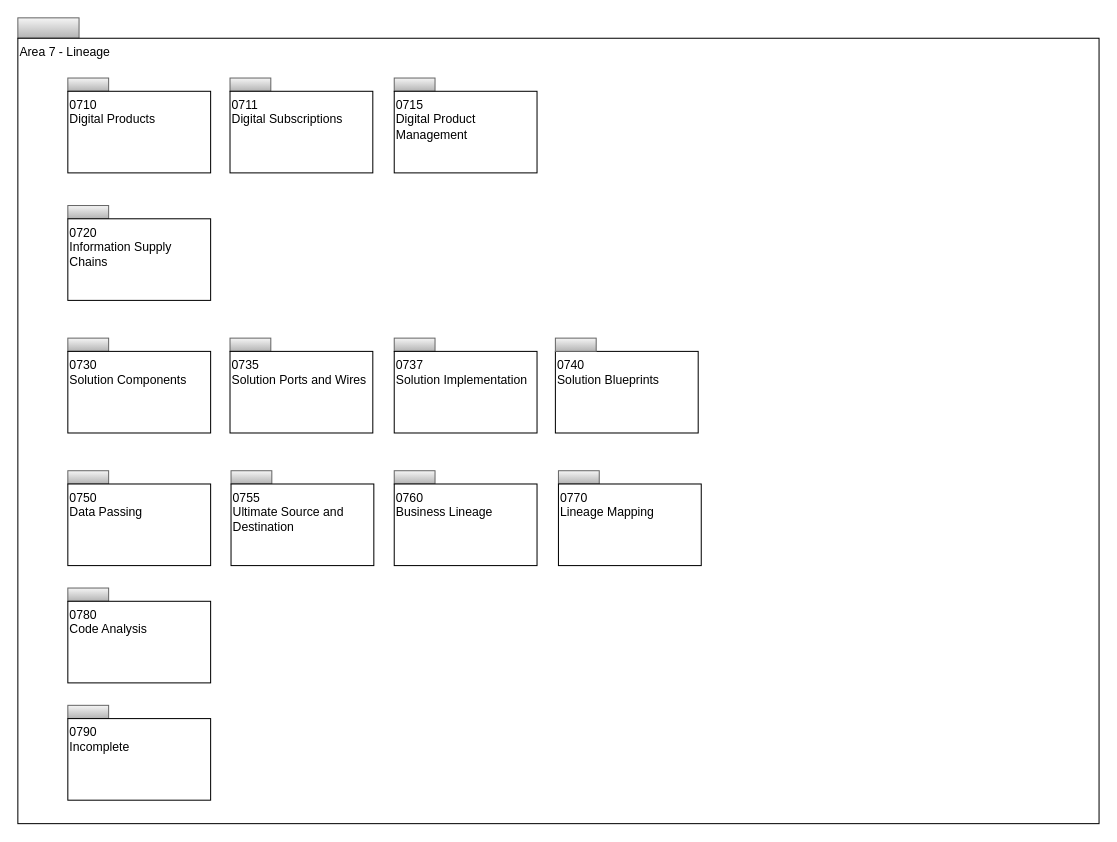
This is page "Overview" (1 of 17) of site/docs/types/7/area-7-lineage.drawio from odpi/egeria-docs, a draw.io file, before an edit. Source tidied: cells renumbered, new cells numbered last; positions are measured from the earlier drawing's top-left corner, leaving out a move shared by most shapes. Both pictures are drawn from the tidied source at 102%, with x=0, y=0 at pixel (17, 17).
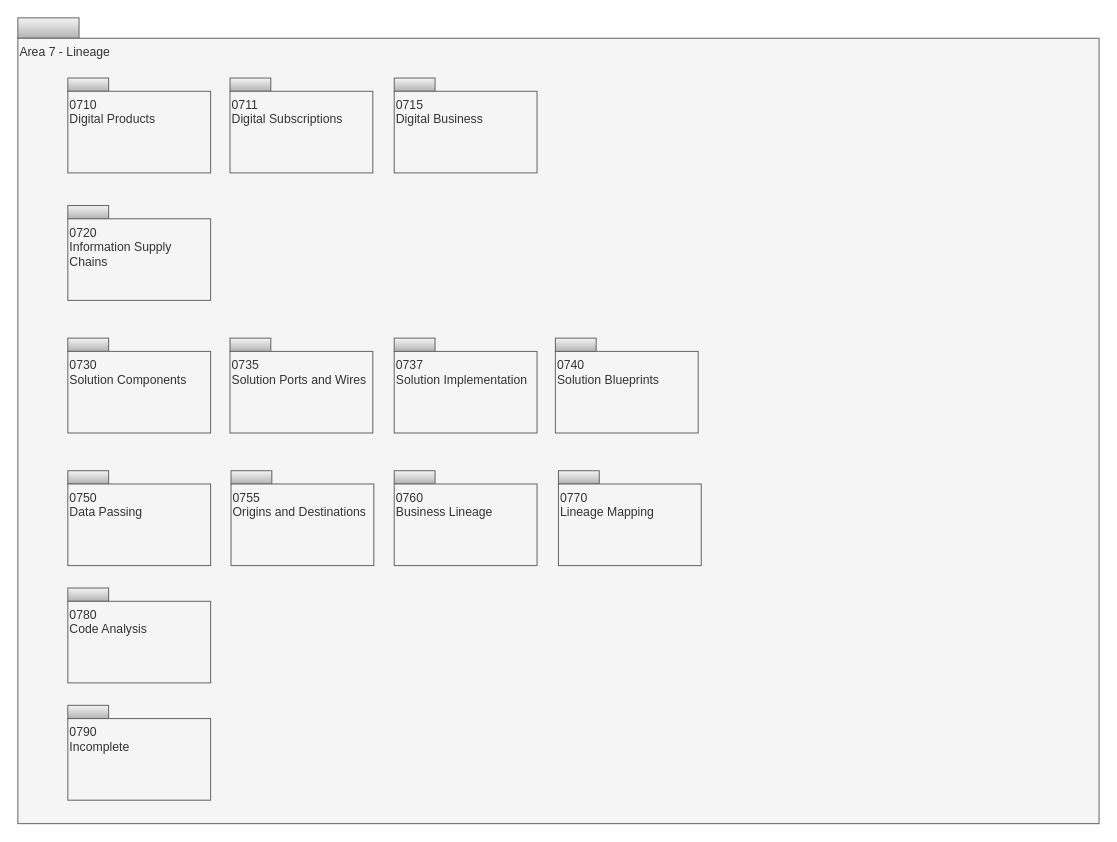
Above is the later version.

The edit, as a diff of the source:
```diff
@@
-    <mxCell id="3" value="Area 7 - Lineage" style="rounded=0;whiteSpace=wrap;html=1;align=left;verticalAlign=top;" parent="1" vertex="1">
+    <mxCell id="3" value="Area 7 - Lineage" style="rounded=0;whiteSpace=wrap;html=1;align=left;verticalAlign=top;fillColor=#f5f5f5;fontColor=#333333;strokeColor=#666666;" parent="1" vertex="1">
       <mxGeometry y="20" width="1060" height="770" as="geometry" />
     </mxCell>
@@
-    <mxCell id="5" value="0710&lt;br&gt;Digital Products" style="rounded=0;whiteSpace=wrap;html=1;align=left;verticalAlign=top;" parent="1" vertex="1">
+    <mxCell id="5" value="0710&lt;br&gt;Digital Products" style="rounded=0;whiteSpace=wrap;html=1;align=left;verticalAlign=top;fillColor=#f5f5f5;fontColor=#333333;strokeColor=#666666;" parent="1" vertex="1">
       <mxGeometry x="49" y="72" width="140" height="80" as="geometry" />
     </mxCell>
@@
-    <mxCell id="7" value="0711&lt;br&gt;Digital Subscriptions" style="rounded=0;whiteSpace=wrap;html=1;align=left;verticalAlign=top;" parent="1" vertex="1">
+    <mxCell id="7" value="0711&lt;br&gt;Digital Subscriptions" style="rounded=0;whiteSpace=wrap;html=1;align=left;verticalAlign=top;fillColor=#f5f5f5;fontColor=#333333;strokeColor=#666666;" parent="1" vertex="1">
       <mxGeometry x="208" y="72" width="140" height="80" as="geometry" />
     </mxCell>
@@
-    <mxCell id="9" value="0737&lt;br&gt;Solution Implementation" style="rounded=0;whiteSpace=wrap;html=1;align=left;verticalAlign=top;" parent="1" vertex="1">
+    <mxCell id="9" value="0737&lt;br&gt;Solution Implementation" style="rounded=0;whiteSpace=wrap;html=1;align=left;verticalAlign=top;fillColor=#f5f5f5;fontColor=#333333;strokeColor=#666666;" parent="1" vertex="1">
       <mxGeometry x="369" y="327" width="140" height="80" as="geometry" />
     </mxCell>
@@
-    <mxCell id="11" value="0730&lt;br&gt;Solution Components" style="rounded=0;whiteSpace=wrap;html=1;align=left;verticalAlign=top;" parent="1" vertex="1">
+    <mxCell id="11" value="0730&lt;br&gt;Solution Components" style="rounded=0;whiteSpace=wrap;html=1;align=left;verticalAlign=top;fillColor=#f5f5f5;fontColor=#333333;strokeColor=#666666;" parent="1" vertex="1">
       <mxGeometry x="49" y="327" width="140" height="80" as="geometry" />
     </mxCell>
@@
-    <mxCell id="13" value="0740&lt;br&gt;Solution Blueprints" style="rounded=0;whiteSpace=wrap;html=1;align=left;verticalAlign=top;" parent="1" vertex="1">
+    <mxCell id="13" value="0740&lt;br&gt;Solution Blueprints" style="rounded=0;whiteSpace=wrap;html=1;align=left;verticalAlign=top;fillColor=#f5f5f5;fontColor=#333333;strokeColor=#666666;" parent="1" vertex="1">
       <mxGeometry x="527" y="327" width="140" height="80" as="geometry" />
     </mxCell>
@@
-    <mxCell id="15" value="0750&lt;br&gt;Data Passing" style="rounded=0;whiteSpace=wrap;html=1;align=left;verticalAlign=top;" parent="1" vertex="1">
+    <mxCell id="15" value="0750&lt;br&gt;Data Passing" style="rounded=0;whiteSpace=wrap;html=1;align=left;verticalAlign=top;fillColor=#f5f5f5;fontColor=#333333;strokeColor=#666666;" parent="1" vertex="1">
       <mxGeometry x="49" y="457" width="140" height="80" as="geometry" />
     </mxCell>
@@
-    <mxCell id="17" value="0735&lt;br&gt;Solution Ports and Wires" style="rounded=0;whiteSpace=wrap;html=1;align=left;verticalAlign=top;" parent="1" vertex="1">
+    <mxCell id="17" value="0735&lt;br&gt;Solution Ports and Wires" style="rounded=0;whiteSpace=wrap;html=1;align=left;verticalAlign=top;fillColor=#f5f5f5;fontColor=#333333;strokeColor=#666666;" parent="1" vertex="1">
       <mxGeometry x="208" y="327" width="140" height="80" as="geometry" />
     </mxCell>
@@
-    <mxCell id="19" value="0720&lt;br&gt;Information Supply Chains" style="rounded=0;whiteSpace=wrap;html=1;align=left;verticalAlign=top;" parent="1" vertex="1">
+    <mxCell id="19" value="0720&lt;br&gt;Information Supply Chains" style="rounded=0;whiteSpace=wrap;html=1;align=left;verticalAlign=top;fillColor=#f5f5f5;fontColor=#333333;strokeColor=#666666;" parent="1" vertex="1">
       <mxGeometry x="49" y="197" width="140" height="80" as="geometry" />
     </mxCell>
@@
-    <mxCell id="21" value="0760&lt;br&gt;Business Lineage" style="rounded=0;whiteSpace=wrap;html=1;align=left;verticalAlign=top;" parent="1" vertex="1">
+    <mxCell id="21" value="0760&lt;br&gt;Business Lineage" style="rounded=0;whiteSpace=wrap;html=1;align=left;verticalAlign=top;fillColor=#f5f5f5;fontColor=#333333;strokeColor=#666666;" parent="1" vertex="1">
       <mxGeometry x="369" y="457" width="140" height="80" as="geometry" />
     </mxCell>
@@
-    <mxCell id="23" value="0770&lt;br&gt;Lineage Mapping" style="rounded=0;whiteSpace=wrap;html=1;align=left;verticalAlign=top;" parent="1" vertex="1">
+    <mxCell id="23" value="0770&lt;br&gt;Lineage Mapping" style="rounded=0;whiteSpace=wrap;html=1;align=left;verticalAlign=top;fillColor=#f5f5f5;fontColor=#333333;strokeColor=#666666;" parent="1" vertex="1">
       <mxGeometry x="530" y="457" width="140" height="80" as="geometry" />
     </mxCell>
@@
-    <mxCell id="25" value="0780&lt;br&gt;Code Analysis" style="rounded=0;whiteSpace=wrap;html=1;align=left;verticalAlign=top;" parent="1" vertex="1">
+    <mxCell id="25" value="0780&lt;br&gt;Code Analysis" style="rounded=0;whiteSpace=wrap;html=1;align=left;verticalAlign=top;fillColor=#f5f5f5;fontColor=#333333;strokeColor=#666666;" parent="1" vertex="1">
       <mxGeometry x="49" y="572" width="140" height="80" as="geometry" />
     </mxCell>
@@
-    <mxCell id="27" value="0790&lt;br&gt;Incomplete" style="rounded=0;whiteSpace=wrap;html=1;align=left;verticalAlign=top;" parent="1" vertex="1">
+    <mxCell id="27" value="0790&lt;br&gt;Incomplete" style="rounded=0;whiteSpace=wrap;html=1;align=left;verticalAlign=top;fillColor=#f5f5f5;fontColor=#333333;strokeColor=#666666;" parent="1" vertex="1">
       <mxGeometry x="49" y="687" width="140" height="80" as="geometry" />
     </mxCell>
@@
-    <mxCell id="29" value="0715&lt;br&gt;Digital Product&lt;br&gt;Management" style="rounded=0;whiteSpace=wrap;html=1;align=left;verticalAlign=top;" parent="1" vertex="1">
+    <mxCell id="29" value="0715&lt;br&gt;Digital Business" style="rounded=0;whiteSpace=wrap;html=1;align=left;verticalAlign=top;fillColor=#f5f5f5;fontColor=#333333;strokeColor=#666666;" parent="1" vertex="1">
       <mxGeometry x="369" y="72" width="140" height="80" as="geometry" />
     </mxCell>
@@
-    <mxCell id="31" value="0755&lt;br&gt;Ultimate Source and Destination" style="rounded=0;whiteSpace=wrap;html=1;align=left;verticalAlign=top;" parent="1" vertex="1">
+    <mxCell id="31" value="0755&lt;br&gt;Origins and Destinations" style="rounded=0;whiteSpace=wrap;html=1;align=left;verticalAlign=top;fillColor=#f5f5f5;fontColor=#333333;strokeColor=#666666;" parent="1" vertex="1">
       <mxGeometry x="209" y="457" width="140" height="80" as="geometry" />
     </mxCell>
```
